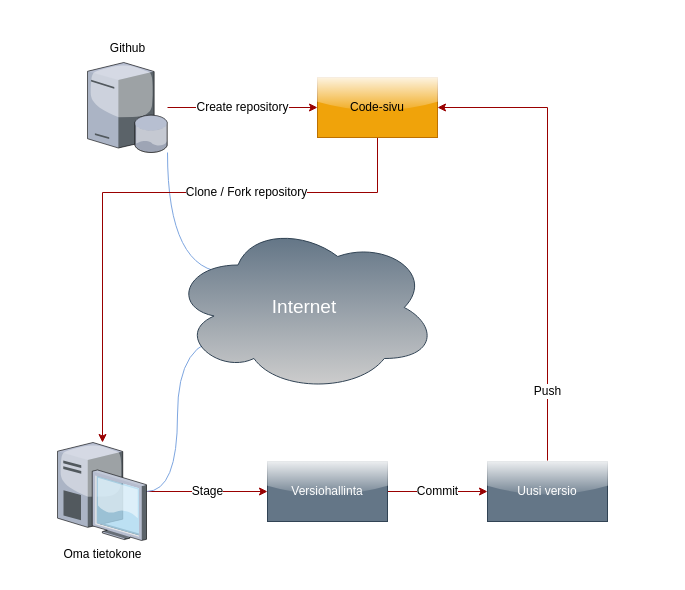
Above: docs/pictures/Verisiohallinta.drawio in jukkaprami/Aloitus-1 (draw.io), before the change. Source tidied: cells renumbered, new cells numbered last; positions are measured from the earlier drawing's top-left corner, leaving out a move shared by most shapes. Both pictures are drawn from the tidied source at 100%, with x=0, y=0 at pixel (57, 62).
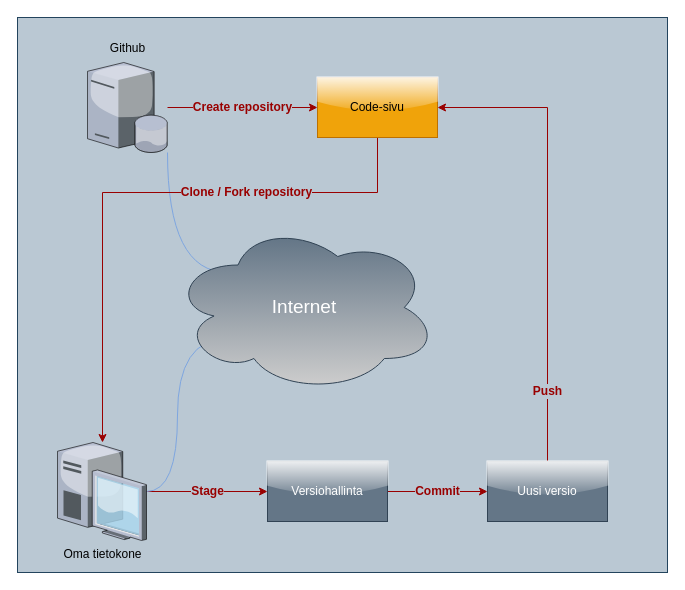
The same page after the edit.

Commit message (it also covers changes not shown here):
Lisätty tumma tausta

Vaihdettu kaavioon tumma tausta

Unchanged cells that the change refers to:
```xml
<mxCell id="4" value="&lt;font style=&quot;font-size: 12px;&quot;&gt;Github&lt;/font&gt;" style="verticalLabelPosition=top;sketch=0;html=1;verticalAlign=bottom;strokeColor=none;align=center;outlineConnect=0;shape=mxgraph.citrix.database_server;fontSize=32;labelPosition=center;" parent="1" vertex="1">
  <mxGeometry x="30" width="80" height="90" as="geometry" />
</mxCell>
<mxCell id="7" value="Oma tietokone" style="verticalLabelPosition=bottom;sketch=0;html=1;verticalAlign=top;strokeColor=none;align=center;outlineConnect=0;shape=mxgraph.citrix.desktop;fontSize=12;" parent="1" vertex="1">
  <mxGeometry y="380" width="89" height="98" as="geometry" />
</mxCell>
<mxCell id="9" value="Versiohallinta" style="rounded=0;whiteSpace=wrap;html=1;fontSize=12;fillColor=#647687;fontColor=#ffffff;strokeColor=#314354;glass=1;" parent="1" vertex="1">
  <mxGeometry x="210" y="399" width="120" height="60" as="geometry" />
</mxCell>
<mxCell id="11" value="Uusi versio" style="rounded=0;whiteSpace=wrap;html=1;fontSize=12;fillColor=#647687;fontColor=#ffffff;strokeColor=#314354;glass=1;" parent="1" vertex="1">
  <mxGeometry x="430" y="399" width="120" height="60" as="geometry" />
</mxCell>
<mxCell id="13" value="Code-sivu" style="rounded=0;whiteSpace=wrap;html=1;fontSize=12;fillColor=#f0a30a;fontColor=#000000;strokeColor=#BD7000;glass=1;" parent="1" vertex="1">
  <mxGeometry x="260" y="15" width="120" height="60" as="geometry" />
</mxCell>
```

The edit, as a diff of the source:
```diff
@@
+    <mxCell id="15" style="rounded=0;whiteSpace=wrap;html=1;glass=0;fontSize=19;fillColor=#bac8d3;strokeColor=#23445d;" parent="1" vertex="1">
+      <mxGeometry x="-40" y="-45" width="650" height="555" as="geometry" />
+    </mxCell>
-    <mxCell id="2" value="Create repository" style="edgeStyle=orthogonalEdgeStyle;rounded=0;jettySize=auto;html=1;fontSize=12;strokeColor=#990000;" parent="1" edge="1" source="4" target="13">
+    <mxCell id="2" value="Create repository" style="edgeStyle=orthogonalEdgeStyle;rounded=0;jettySize=auto;html=1;fontSize=12;strokeColor=#990000;fontColor=#990000;labelBorderColor=none;labelBackgroundColor=#bac8d3;fontStyle=1;" parent="1" edge="1" source="4" target="13">
       <mxGeometry relative="1" as="geometry" />
     </mxCell>
@@
-    <mxCell id="5" value="Stage" style="edgeStyle=orthogonalEdgeStyle;rounded=0;jettySize=auto;html=1;entryX=0;entryY=0.5;entryDx=0;entryDy=0;fontSize=12;strokeColor=#990000;" parent="1" edge="1" source="7" target="9">
+    <mxCell id="5" value="Stage" style="edgeStyle=orthogonalEdgeStyle;rounded=0;jettySize=auto;html=1;entryX=0;entryY=0.5;entryDx=0;entryDy=0;fontSize=12;strokeColor=#990000;labelBackgroundColor=#bac8d3;fontColor=#990000;fontStyle=1;" parent="1" edge="1" source="7" target="9">
       <mxGeometry relative="1" as="geometry" />
     </mxCell>
@@
-    <mxCell id="8" value="Commit" style="edgeStyle=orthogonalEdgeStyle;rounded=0;jettySize=auto;html=1;entryX=0;entryY=0.5;entryDx=0;entryDy=0;fontSize=12;strokeColor=#990000;" parent="1" edge="1" source="9" target="11">
+    <mxCell id="8" value="Commit" style="edgeStyle=orthogonalEdgeStyle;rounded=0;jettySize=auto;html=1;entryX=0;entryY=0.5;entryDx=0;entryDy=0;fontSize=12;strokeColor=#990000;labelBackgroundColor=#bac8d3;fontColor=#990000;fontStyle=1;" parent="1" edge="1" source="9" target="11">
       <mxGeometry relative="1" as="geometry" />
     </mxCell>
@@
-    <mxCell id="10" value="Push" style="edgeStyle=orthogonalEdgeStyle;rounded=0;jettySize=auto;html=1;entryX=1;entryY=0.5;entryDx=0;entryDy=0;fontSize=12;strokeColor=#990000;" parent="1" edge="1" source="11" target="13">
+    <mxCell id="10" value="Push" style="edgeStyle=orthogonalEdgeStyle;rounded=0;jettySize=auto;html=1;entryX=1;entryY=0.5;entryDx=0;entryDy=0;fontSize=12;strokeColor=#990000;labelBackgroundColor=#bac8d3;fontColor=#990000;fontStyle=1;" parent="1" edge="1" source="11" target="13">
       <mxGeometry x="-0.7" relative="1" as="geometry">
         <Array as="points">
           <mxPoint x="490" y="45" />
         </Array>
       </mxGeometry>
     </mxCell>
@@
-    <mxCell id="12" value="Clone / Fork repository" style="edgeStyle=orthogonalEdgeStyle;rounded=0;jettySize=auto;html=1;fontSize=12;strokeColor=#990000;" parent="1" edge="1" source="13" target="7">
+    <mxCell id="12" value="Clone / Fork repository" style="edgeStyle=orthogonalEdgeStyle;rounded=0;jettySize=auto;html=1;fontSize=12;strokeColor=#990000;labelBackgroundColor=#bac8d3;fontColor=#990000;fontStyle=1;" parent="1" edge="1" source="13" target="7">
       <mxGeometry x="-0.36" relative="1" as="geometry">
         <Array as="points">
           <mxPoint x="320" y="130" />
           <mxPoint x="45" y="130" />
         </Array>
       </mxGeometry>
     </mxCell>
```
